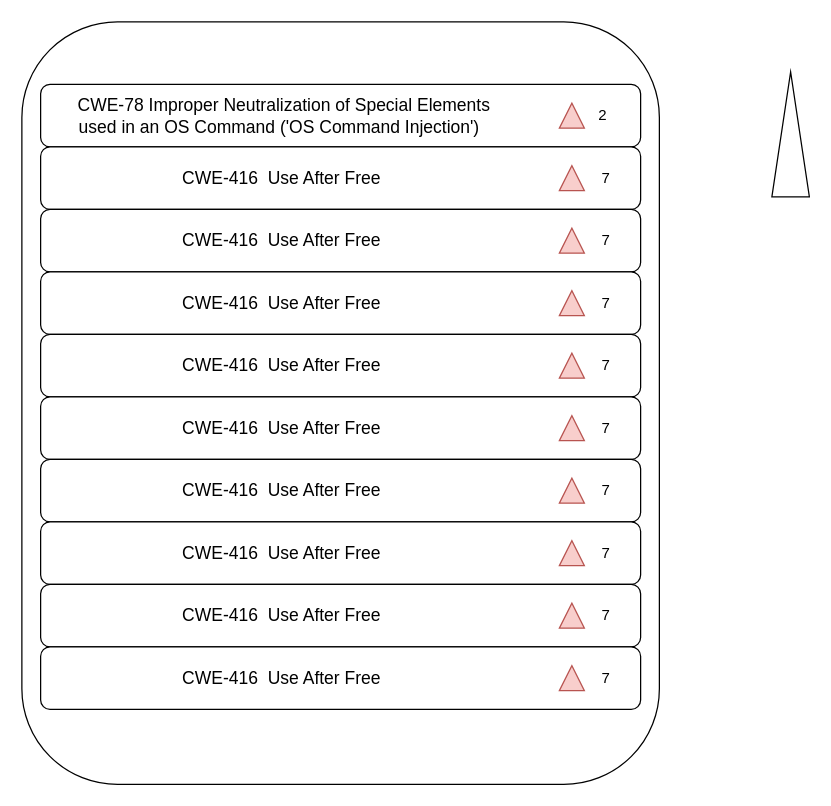
Above: MindMap/CWE-KEV.drawio in hourhl/Draw-io (draw.io), before the change. Source tidied: cells renumbered, new cells numbered last; positions are measured from the earlier drawing's top-left corner, leaving out a move shared by most shapes. Both pictures are drawn from the tidied source at 125%, with x=0, y=0 at pixel (21, 21).
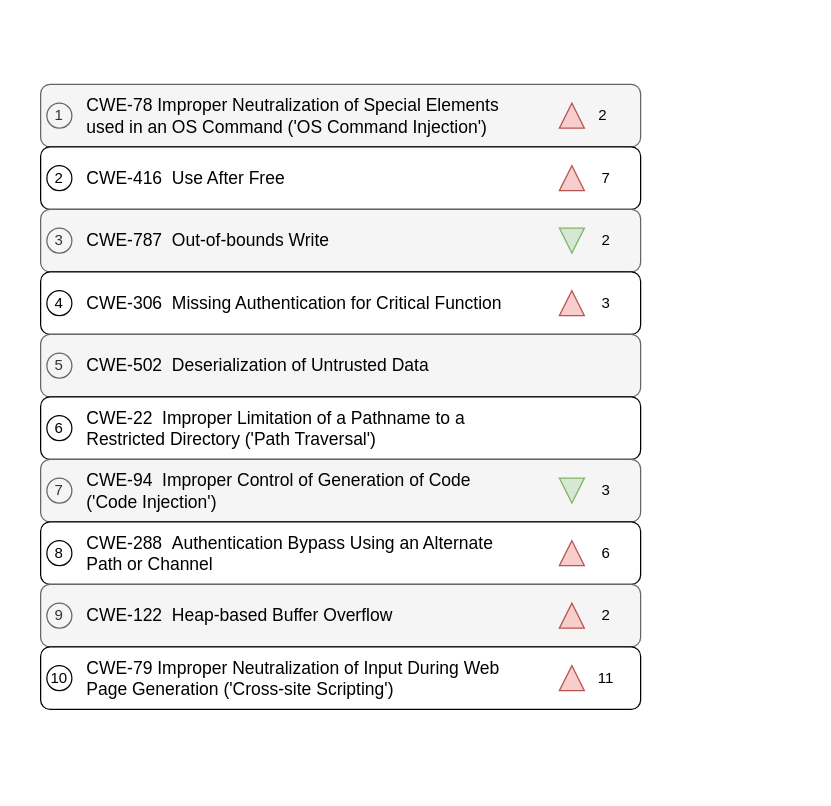
After the change.

The edit, as a diff of the source:
```diff
@@
-    <mxCell id="2" style="rounded=1;whiteSpace=wrap;html=1;" parent="1" vertex="1">
-      <mxGeometry width="510" height="610" as="geometry" />
-    </mxCell>
-    <mxCell id="3" value="&lt;div style=&quot;text-align: justify;&quot;&gt;&lt;br&gt;&lt;/div&gt;" style="rounded=1;whiteSpace=wrap;html=1;" parent="1" vertex="1">
+    <mxCell id="3" value="&lt;div style=&quot;text-align: justify;&quot;&gt;&lt;br&gt;&lt;/div&gt;" style="rounded=1;whiteSpace=wrap;html=1;fillColor=#f5f5f5;fontColor=#333333;strokeColor=#666666;" parent="1" vertex="1">
       <mxGeometry x="15" y="50" width="480" height="50" as="geometry" />
     </mxCell>
-    <mxCell id="4" value="&lt;span style=&quot;text-align: justify;&quot;&gt;&lt;font style=&quot;font-size: 14px;&quot;&gt;CWE-78 Improper Neutralization of Special Elements used in an OS Command ('OS Command Injection')&amp;nbsp;&amp;nbsp;&lt;/font&gt;&lt;/span&gt;" style="text;html=1;whiteSpace=wrap;strokeColor=none;fillColor=none;align=center;verticalAlign=middle;rounded=0;" parent="1" vertex="1">
-      <mxGeometry x="40" y="60" width="340" height="30" as="geometry" />
+    <mxCell id="4" value="&lt;span style=&quot;&quot;&gt;&lt;font style=&quot;font-size: 14px;&quot;&gt;CWE-78 Improper Neutralization of Special Elements used in an OS Command ('OS Command Injection')&amp;nbsp;&amp;nbsp;&lt;/font&gt;&lt;/span&gt;" style="text;html=1;whiteSpace=wrap;strokeColor=none;fillColor=none;align=left;verticalAlign=middle;rounded=0;" parent="1" vertex="1">
+      <mxGeometry x="50" y="60" width="340" height="30" as="geometry" />
     </mxCell>
-    <mxCell id="5" style="verticalLabelPosition=bottom;verticalAlign=top;html=1;shape=mxgraph.basic.acute_triangle;dx=0.5;direction=east;" parent="1" vertex="1">
-      <mxGeometry x="600" y="40" width="30" height="100" as="geometry" />
-    </mxCell>
@@
-    <mxCell id="9" value="&lt;div style=&quot;text-align: justify;&quot;&gt;&lt;span style=&quot;background-color: transparent; color: light-dark(rgb(0, 0, 0), rgb(255, 255, 255)); font-size: 14px;&quot;&gt;CWE-416&amp;nbsp;&amp;nbsp;&lt;/span&gt;&lt;span style=&quot;background-color: transparent; text-align: center; font-size: 14px;&quot;&gt;Use After Free&lt;/span&gt;&lt;span style=&quot;background-color: transparent; color: light-dark(rgb(0, 0, 0), rgb(255, 255, 255)); font-size: 14px;&quot;&gt;&amp;nbsp;&lt;/span&gt;&lt;/div&gt;" style="text;html=1;whiteSpace=wrap;strokeColor=none;fillColor=none;align=center;verticalAlign=middle;rounded=0;" parent="1" vertex="1">
-      <mxGeometry x="40" y="110" width="340" height="30" as="geometry" />
+    <mxCell id="9" value="&lt;div style=&quot;&quot;&gt;&lt;span style=&quot;background-color: transparent; color: light-dark(rgb(0, 0, 0), rgb(255, 255, 255)); font-size: 14px;&quot;&gt;CWE-416&amp;nbsp;&amp;nbsp;&lt;/span&gt;&lt;span style=&quot;background-color: transparent; font-size: 14px;&quot;&gt;Use After Free&lt;/span&gt;&lt;span style=&quot;background-color: transparent; color: light-dark(rgb(0, 0, 0), rgb(255, 255, 255)); font-size: 14px;&quot;&gt;&amp;nbsp;&lt;/span&gt;&lt;/div&gt;" style="text;html=1;whiteSpace=wrap;strokeColor=none;fillColor=none;align=left;verticalAlign=middle;rounded=0;" parent="1" vertex="1">
+      <mxGeometry x="50" y="110" width="340" height="30" as="geometry" />
     </mxCell>
@@
-    <mxCell id="12" value="&lt;div style=&quot;text-align: justify;&quot;&gt;&lt;br&gt;&lt;/div&gt;" style="rounded=1;whiteSpace=wrap;html=1;" parent="1" vertex="1">
+    <mxCell id="12" value="&lt;div style=&quot;text-align: justify;&quot;&gt;&lt;br&gt;&lt;/div&gt;" style="rounded=1;whiteSpace=wrap;html=1;fillColor=#f5f5f5;fontColor=#333333;strokeColor=#666666;" parent="1" vertex="1">
       <mxGeometry x="15" y="150" width="480" height="50" as="geometry" />
     </mxCell>
-    <mxCell id="13" value="&lt;div style=&quot;text-align: justify;&quot;&gt;&lt;span style=&quot;background-color: transparent; color: light-dark(rgb(0, 0, 0), rgb(255, 255, 255)); font-size: 14px;&quot;&gt;CWE-416&amp;nbsp;&amp;nbsp;&lt;/span&gt;&lt;span style=&quot;background-color: transparent; text-align: center; font-size: 14px;&quot;&gt;Use After Free&lt;/span&gt;&lt;span style=&quot;background-color: transparent; color: light-dark(rgb(0, 0, 0), rgb(255, 255, 255)); font-size: 14px;&quot;&gt;&amp;nbsp;&lt;/span&gt;&lt;/div&gt;" style="text;html=1;whiteSpace=wrap;strokeColor=none;fillColor=none;align=center;verticalAlign=middle;rounded=0;" parent="1" vertex="1">
-      <mxGeometry x="40" y="160" width="340" height="30" as="geometry" />
+    <mxCell id="13" value="&lt;div style=&quot;&quot;&gt;&lt;span style=&quot;background-color: transparent; color: light-dark(rgb(0, 0, 0), rgb(255, 255, 255)); font-size: 14px;&quot;&gt;CWE-787&amp;nbsp;&amp;nbsp;&lt;/span&gt;&lt;span style=&quot;background-color: transparent; font-size: 14px;&quot;&gt;Out-of-bounds Write&lt;/span&gt;&lt;/div&gt;" style="text;html=1;whiteSpace=wrap;strokeColor=none;fillColor=none;align=left;verticalAlign=middle;rounded=0;" parent="1" vertex="1">
+      <mxGeometry x="50" y="160" width="340" height="30" as="geometry" />
     </mxCell>
-    <mxCell id="14" style="verticalLabelPosition=bottom;verticalAlign=top;html=1;shape=mxgraph.basic.acute_triangle;dx=0.5;direction=east;fillColor=#f8cecc;strokeColor=#b85450;" parent="1" vertex="1">
+    <mxCell id="14" style="verticalLabelPosition=bottom;verticalAlign=top;html=1;shape=mxgraph.basic.acute_triangle;dx=0.5;direction=west;fillColor=#d5e8d4;strokeColor=#82b366;" parent="1" vertex="1">
       <mxGeometry x="430" y="165" width="20" height="20" as="geometry" />
     </mxCell>
-    <mxCell id="15" value="7" style="text;html=1;whiteSpace=wrap;strokeColor=none;fillColor=none;align=center;verticalAlign=middle;rounded=0;" parent="1" vertex="1">
+    <mxCell id="15" value="2" style="text;html=1;whiteSpace=wrap;strokeColor=none;fillColor=none;align=center;verticalAlign=middle;rounded=0;" parent="1" vertex="1">
       <mxGeometry x="450" y="160" width="35" height="30" as="geometry" />
     </mxCell>
@@
-    <mxCell id="17" value="&lt;div style=&quot;text-align: justify;&quot;&gt;&lt;span style=&quot;background-color: transparent; color: light-dark(rgb(0, 0, 0), rgb(255, 255, 255)); font-size: 14px;&quot;&gt;CWE-416&amp;nbsp;&amp;nbsp;&lt;/span&gt;&lt;span style=&quot;background-color: transparent; text-align: center; font-size: 14px;&quot;&gt;Use After Free&lt;/span&gt;&lt;span style=&quot;background-color: transparent; color: light-dark(rgb(0, 0, 0), rgb(255, 255, 255)); font-size: 14px;&quot;&gt;&amp;nbsp;&lt;/span&gt;&lt;/div&gt;" style="text;html=1;whiteSpace=wrap;strokeColor=none;fillColor=none;align=center;verticalAlign=middle;rounded=0;" parent="1" vertex="1">
-      <mxGeometry x="40" y="210" width="340" height="30" as="geometry" />
+    <mxCell id="17" value="&lt;div style=&quot;&quot;&gt;&lt;span style=&quot;background-color: transparent; color: light-dark(rgb(0, 0, 0), rgb(255, 255, 255)); font-size: 14px;&quot;&gt;CWE-306&amp;nbsp;&amp;nbsp;&lt;/span&gt;&lt;span style=&quot;background-color: transparent;&quot;&gt;&lt;span style=&quot;font-size: 14px;&quot;&gt;Missing Authentication for Critical Function&lt;/span&gt;&lt;/span&gt;&lt;/div&gt;" style="text;html=1;whiteSpace=wrap;strokeColor=none;fillColor=none;align=left;verticalAlign=middle;rounded=0;" parent="1" vertex="1">
+      <mxGeometry x="50" y="210" width="340" height="30" as="geometry" />
     </mxCell>
@@
-    <mxCell id="19" value="7" style="text;html=1;whiteSpace=wrap;strokeColor=none;fillColor=none;align=center;verticalAlign=middle;rounded=0;" parent="1" vertex="1">
+    <mxCell id="19" value="3" style="text;html=1;whiteSpace=wrap;strokeColor=none;fillColor=none;align=center;verticalAlign=middle;rounded=0;" parent="1" vertex="1">
       <mxGeometry x="450" y="210" width="35" height="30" as="geometry" />
     </mxCell>
-    <mxCell id="20" value="&lt;div style=&quot;text-align: justify;&quot;&gt;&lt;br&gt;&lt;/div&gt;" style="rounded=1;whiteSpace=wrap;html=1;" parent="1" vertex="1">
+    <mxCell id="20" value="&lt;div style=&quot;text-align: justify;&quot;&gt;&lt;br&gt;&lt;/div&gt;" style="rounded=1;whiteSpace=wrap;html=1;fillColor=#f5f5f5;fontColor=#333333;strokeColor=#666666;" parent="1" vertex="1">
       <mxGeometry x="15" y="250" width="480" height="50" as="geometry" />
     </mxCell>
-    <mxCell id="21" value="&lt;div style=&quot;text-align: justify;&quot;&gt;&lt;span style=&quot;background-color: transparent; color: light-dark(rgb(0, 0, 0), rgb(255, 255, 255)); font-size: 14px;&quot;&gt;CWE-416&amp;nbsp;&amp;nbsp;&lt;/span&gt;&lt;span style=&quot;background-color: transparent; text-align: center; font-size: 14px;&quot;&gt;Use After Free&lt;/span&gt;&lt;span style=&quot;background-color: transparent; color: light-dark(rgb(0, 0, 0), rgb(255, 255, 255)); font-size: 14px;&quot;&gt;&amp;nbsp;&lt;/span&gt;&lt;/div&gt;" style="text;html=1;whiteSpace=wrap;strokeColor=none;fillColor=none;align=center;verticalAlign=middle;rounded=0;" parent="1" vertex="1">
-      <mxGeometry x="40" y="260" width="340" height="30" as="geometry" />
+    <mxCell id="21" value="&lt;div style=&quot;&quot;&gt;&lt;span style=&quot;background-color: transparent; color: light-dark(rgb(0, 0, 0), rgb(255, 255, 255)); font-size: 14px;&quot;&gt;CWE-502&amp;nbsp;&amp;nbsp;&lt;/span&gt;&lt;span style=&quot;background-color: transparent;&quot;&gt;&lt;span style=&quot;font-size: 14px;&quot;&gt;Deserialization of Untrusted Data&lt;/span&gt;&lt;font color=&quot;rgba(0, 0, 0, 0)&quot;&gt;&lt;span style=&quot;font-size: 14px;&quot;&gt;&amp;nbsp;&lt;/span&gt;&lt;/font&gt;&lt;/span&gt;&lt;/div&gt;" style="text;html=1;whiteSpace=wrap;strokeColor=none;fillColor=none;align=left;verticalAlign=middle;rounded=0;" parent="1" vertex="1">
+      <mxGeometry x="50" y="260" width="340" height="30" as="geometry" />
     </mxCell>
-    <mxCell id="22" style="verticalLabelPosition=bottom;verticalAlign=top;html=1;shape=mxgraph.basic.acute_triangle;dx=0.5;direction=east;fillColor=#f8cecc;strokeColor=#b85450;" parent="1" vertex="1">
-      <mxGeometry x="430" y="265" width="20" height="20" as="geometry" />
-    </mxCell>
-    <mxCell id="23" value="7" style="text;html=1;whiteSpace=wrap;strokeColor=none;fillColor=none;align=center;verticalAlign=middle;rounded=0;" parent="1" vertex="1">
-      <mxGeometry x="450" y="260" width="35" height="30" as="geometry" />
-    </mxCell>
@@
-    <mxCell id="25" value="&lt;div style=&quot;text-align: justify;&quot;&gt;&lt;span style=&quot;background-color: transparent; color: light-dark(rgb(0, 0, 0), rgb(255, 255, 255)); font-size: 14px;&quot;&gt;CWE-416&amp;nbsp;&amp;nbsp;&lt;/span&gt;&lt;span style=&quot;background-color: transparent; text-align: center; font-size: 14px;&quot;&gt;Use After Free&lt;/span&gt;&lt;span style=&quot;background-color: transparent; color: light-dark(rgb(0, 0, 0), rgb(255, 255, 255)); font-size: 14px;&quot;&gt;&amp;nbsp;&lt;/span&gt;&lt;/div&gt;" style="text;html=1;whiteSpace=wrap;strokeColor=none;fillColor=none;align=center;verticalAlign=middle;rounded=0;" parent="1" vertex="1">
-      <mxGeometry x="40" y="310" width="340" height="30" as="geometry" />
+    <mxCell id="25" value="&lt;div style=&quot;&quot;&gt;&lt;span style=&quot;background-color: transparent; color: light-dark(rgb(0, 0, 0), rgb(255, 255, 255)); font-size: 14px;&quot;&gt;CWE-22&amp;nbsp;&amp;nbsp;&lt;/span&gt;&lt;span style=&quot;background-color: transparent;&quot;&gt;&lt;span style=&quot;font-size: 14px;&quot;&gt;Improper Limitation of a Pathname to a Restricted Directory ('Path Traversal')&lt;/span&gt;&lt;font color=&quot;rgba(0, 0, 0, 0)&quot;&gt;&lt;span style=&quot;font-size: 14px;&quot;&gt;&amp;nbsp;&lt;/span&gt;&lt;/font&gt;&lt;/span&gt;&lt;/div&gt;" style="text;html=1;whiteSpace=wrap;strokeColor=none;fillColor=none;align=left;verticalAlign=middle;rounded=0;" parent="1" vertex="1">
+      <mxGeometry x="50" y="310" width="340" height="30" as="geometry" />
     </mxCell>
-    <mxCell id="26" style="verticalLabelPosition=bottom;verticalAlign=top;html=1;shape=mxgraph.basic.acute_triangle;dx=0.5;direction=east;fillColor=#f8cecc;strokeColor=#b85450;" parent="1" vertex="1">
-      <mxGeometry x="430" y="315" width="20" height="20" as="geometry" />
-    </mxCell>
-    <mxCell id="27" value="7" style="text;html=1;whiteSpace=wrap;strokeColor=none;fillColor=none;align=center;verticalAlign=middle;rounded=0;" parent="1" vertex="1">
-      <mxGeometry x="450" y="310" width="35" height="30" as="geometry" />
-    </mxCell>
-    <mxCell id="28" value="&lt;div style=&quot;text-align: justify;&quot;&gt;&lt;br&gt;&lt;/div&gt;" style="rounded=1;whiteSpace=wrap;html=1;" parent="1" vertex="1">
+    <mxCell id="28" value="&lt;div style=&quot;text-align: justify;&quot;&gt;&lt;br&gt;&lt;/div&gt;" style="rounded=1;whiteSpace=wrap;html=1;fillColor=#f5f5f5;fontColor=#333333;strokeColor=#666666;" parent="1" vertex="1">
       <mxGeometry x="15" y="350" width="480" height="50" as="geometry" />
     </mxCell>
-    <mxCell id="29" value="&lt;div style=&quot;text-align: justify;&quot;&gt;&lt;span style=&quot;background-color: transparent; color: light-dark(rgb(0, 0, 0), rgb(255, 255, 255)); font-size: 14px;&quot;&gt;CWE-416&amp;nbsp;&amp;nbsp;&lt;/span&gt;&lt;span style=&quot;background-color: transparent; text-align: center; font-size: 14px;&quot;&gt;Use After Free&lt;/span&gt;&lt;span style=&quot;background-color: transparent; color: light-dark(rgb(0, 0, 0), rgb(255, 255, 255)); font-size: 14px;&quot;&gt;&amp;nbsp;&lt;/span&gt;&lt;/div&gt;" style="text;html=1;whiteSpace=wrap;strokeColor=none;fillColor=none;align=center;verticalAlign=middle;rounded=0;" parent="1" vertex="1">
-      <mxGeometry x="40" y="360" width="340" height="30" as="geometry" />
+    <mxCell id="29" value="&lt;div style=&quot;&quot;&gt;&lt;span style=&quot;background-color: transparent; color: light-dark(rgb(0, 0, 0), rgb(255, 255, 255)); font-size: 14px;&quot;&gt;CWE-94&amp;nbsp;&amp;nbsp;&lt;/span&gt;&lt;span style=&quot;background-color: transparent;&quot;&gt;&lt;span style=&quot;font-size: 14px;&quot;&gt;Improper Control of Generation of Code ('Code Injection')&lt;/span&gt;&lt;font color=&quot;rgba(0, 0, 0, 0)&quot;&gt;&lt;span style=&quot;font-size: 14px;&quot;&gt;&amp;nbsp;&lt;/span&gt;&lt;/font&gt;&lt;/span&gt;&lt;/div&gt;" style="text;html=1;whiteSpace=wrap;strokeColor=none;fillColor=none;align=left;verticalAlign=middle;rounded=0;" parent="1" vertex="1">
+      <mxGeometry x="50" y="360" width="340" height="30" as="geometry" />
     </mxCell>
-    <mxCell id="30" style="verticalLabelPosition=bottom;verticalAlign=top;html=1;shape=mxgraph.basic.acute_triangle;dx=0.5;direction=east;fillColor=#f8cecc;strokeColor=#b85450;" parent="1" vertex="1">
+    <mxCell id="30" style="verticalLabelPosition=bottom;verticalAlign=top;html=1;shape=mxgraph.basic.acute_triangle;dx=0.5;direction=west;fillColor=#d5e8d4;strokeColor=#82b366;" parent="1" vertex="1">
       <mxGeometry x="430" y="365" width="20" height="20" as="geometry" />
     </mxCell>
-    <mxCell id="31" value="7" style="text;html=1;whiteSpace=wrap;strokeColor=none;fillColor=none;align=center;verticalAlign=middle;rounded=0;" parent="1" vertex="1">
+    <mxCell id="31" value="3" style="text;html=1;whiteSpace=wrap;strokeColor=none;fillColor=none;align=center;verticalAlign=middle;rounded=0;" parent="1" vertex="1">
       <mxGeometry x="450" y="360" width="35" height="30" as="geometry" />
     </mxCell>
@@
-    <mxCell id="33" value="&lt;div style=&quot;text-align: justify;&quot;&gt;&lt;span style=&quot;background-color: transparent; color: light-dark(rgb(0, 0, 0), rgb(255, 255, 255)); font-size: 14px;&quot;&gt;CWE-416&amp;nbsp;&amp;nbsp;&lt;/span&gt;&lt;span style=&quot;background-color: transparent; text-align: center; font-size: 14px;&quot;&gt;Use After Free&lt;/span&gt;&lt;span style=&quot;background-color: transparent; color: light-dark(rgb(0, 0, 0), rgb(255, 255, 255)); font-size: 14px;&quot;&gt;&amp;nbsp;&lt;/span&gt;&lt;/div&gt;" style="text;html=1;whiteSpace=wrap;strokeColor=none;fillColor=none;align=center;verticalAlign=middle;rounded=0;" parent="1" vertex="1">
-      <mxGeometry x="40" y="410" width="340" height="30" as="geometry" />
+    <mxCell id="33" value="&lt;div style=&quot;&quot;&gt;&lt;span style=&quot;background-color: transparent; color: light-dark(rgb(0, 0, 0), rgb(255, 255, 255)); font-size: 14px;&quot;&gt;CWE-288&amp;nbsp;&amp;nbsp;&lt;/span&gt;&lt;span style=&quot;background-color: transparent;&quot;&gt;&lt;span style=&quot;font-size: 14px;&quot;&gt;Authentication Bypass Using an Alternate Path or Channel&lt;/span&gt;&lt;font color=&quot;rgba(0, 0, 0, 0)&quot;&gt;&lt;span style=&quot;font-size: 14px;&quot;&gt;&amp;nbsp;&lt;/span&gt;&lt;/font&gt;&lt;/span&gt;&lt;/div&gt;" style="text;html=1;whiteSpace=wrap;strokeColor=none;fillColor=none;align=left;verticalAlign=middle;rounded=0;" parent="1" vertex="1">
+      <mxGeometry x="50" y="410" width="340" height="30" as="geometry" />
     </mxCell>
@@
-    <mxCell id="35" value="7" style="text;html=1;whiteSpace=wrap;strokeColor=none;fillColor=none;align=center;verticalAlign=middle;rounded=0;" parent="1" vertex="1">
+    <mxCell id="35" value="6" style="text;html=1;whiteSpace=wrap;strokeColor=none;fillColor=none;align=center;verticalAlign=middle;rounded=0;" parent="1" vertex="1">
       <mxGeometry x="450" y="410" width="35" height="30" as="geometry" />
     </mxCell>
-    <mxCell id="36" value="&lt;div style=&quot;text-align: justify;&quot;&gt;&lt;br&gt;&lt;/div&gt;" style="rounded=1;whiteSpace=wrap;html=1;" parent="1" vertex="1">
+    <mxCell id="36" value="&lt;div style=&quot;text-align: justify;&quot;&gt;&lt;br&gt;&lt;/div&gt;" style="rounded=1;whiteSpace=wrap;html=1;fillColor=#f5f5f5;fontColor=#333333;strokeColor=#666666;" parent="1" vertex="1">
       <mxGeometry x="15" y="450" width="480" height="50" as="geometry" />
     </mxCell>
-    <mxCell id="37" value="&lt;div style=&quot;text-align: justify;&quot;&gt;&lt;span style=&quot;background-color: transparent; color: light-dark(rgb(0, 0, 0), rgb(255, 255, 255)); font-size: 14px;&quot;&gt;CWE-416&amp;nbsp;&amp;nbsp;&lt;/span&gt;&lt;span style=&quot;background-color: transparent; text-align: center; font-size: 14px;&quot;&gt;Use After Free&lt;/span&gt;&lt;span style=&quot;background-color: transparent; color: light-dark(rgb(0, 0, 0), rgb(255, 255, 255)); font-size: 14px;&quot;&gt;&amp;nbsp;&lt;/span&gt;&lt;/div&gt;" style="text;html=1;whiteSpace=wrap;strokeColor=none;fillColor=none;align=center;verticalAlign=middle;rounded=0;" parent="1" vertex="1">
-      <mxGeometry x="40" y="460" width="340" height="30" as="geometry" />
+    <mxCell id="37" value="&lt;div style=&quot;&quot;&gt;&lt;span style=&quot;background-color: transparent; color: light-dark(rgb(0, 0, 0), rgb(255, 255, 255)); font-size: 14px;&quot;&gt;CWE-122&amp;nbsp;&amp;nbsp;&lt;/span&gt;&lt;span style=&quot;background-color: transparent;&quot;&gt;&lt;span style=&quot;font-size: 14px;&quot;&gt;Heap-based Buffer Overflow&lt;/span&gt;&lt;font color=&quot;rgba(0, 0, 0, 0)&quot;&gt;&lt;span style=&quot;font-size: 14px;&quot;&gt;&amp;nbsp;&lt;/span&gt;&lt;/font&gt;&lt;/span&gt;&lt;/div&gt;" style="text;html=1;whiteSpace=wrap;strokeColor=none;fillColor=none;align=left;verticalAlign=middle;rounded=0;" parent="1" vertex="1">
+      <mxGeometry x="50" y="460" width="340" height="30" as="geometry" />
     </mxCell>
@@
-    <mxCell id="39" value="7" style="text;html=1;whiteSpace=wrap;strokeColor=none;fillColor=none;align=center;verticalAlign=middle;rounded=0;" parent="1" vertex="1">
+    <mxCell id="39" value="2" style="text;html=1;whiteSpace=wrap;strokeColor=none;fillColor=none;align=center;verticalAlign=middle;rounded=0;" parent="1" vertex="1">
       <mxGeometry x="450" y="460" width="35" height="30" as="geometry" />
     </mxCell>
@@
-    <mxCell id="41" value="&lt;div style=&quot;text-align: justify;&quot;&gt;&lt;span style=&quot;background-color: transparent; color: light-dark(rgb(0, 0, 0), rgb(255, 255, 255)); font-size: 14px;&quot;&gt;CWE-416&amp;nbsp;&amp;nbsp;&lt;/span&gt;&lt;span style=&quot;background-color: transparent; text-align: center; font-size: 14px;&quot;&gt;Use After Free&lt;/span&gt;&lt;span style=&quot;background-color: transparent; color: light-dark(rgb(0, 0, 0), rgb(255, 255, 255)); font-size: 14px;&quot;&gt;&amp;nbsp;&lt;/span&gt;&lt;/div&gt;" style="text;html=1;whiteSpace=wrap;strokeColor=none;fillColor=none;align=center;verticalAlign=middle;rounded=0;" parent="1" vertex="1">
-      <mxGeometry x="40" y="510" width="340" height="30" as="geometry" />
+    <mxCell id="41" value="&lt;div style=&quot;&quot;&gt;&lt;span style=&quot;background-color: transparent; color: light-dark(rgb(0, 0, 0), rgb(255, 255, 255)); font-size: 14px;&quot;&gt;CWE-79&amp;nbsp;&lt;/span&gt;&lt;span style=&quot;background-color: transparent; font-size: 14px;&quot;&gt;Improper Neutralization of Input During Web Page Generation ('Cross-site Scripting')&lt;/span&gt;&lt;span style=&quot;background-color: transparent; color: light-dark(rgb(0, 0, 0), rgb(255, 255, 255)); font-size: 14px;&quot;&gt;&amp;nbsp;&lt;/span&gt;&lt;span style=&quot;background-color: transparent; color: light-dark(rgb(0, 0, 0), rgb(255, 255, 255)); font-size: 14px;&quot;&gt;&amp;nbsp;&lt;/span&gt;&lt;/div&gt;" style="text;html=1;whiteSpace=wrap;strokeColor=none;fillColor=none;align=left;verticalAlign=middle;rounded=0;" parent="1" vertex="1">
+      <mxGeometry x="50" y="510" width="340" height="30" as="geometry" />
     </mxCell>
@@
-    <mxCell id="43" value="7" style="text;html=1;whiteSpace=wrap;strokeColor=none;fillColor=none;align=center;verticalAlign=middle;rounded=0;" parent="1" vertex="1">
+    <mxCell id="43" value="11" style="text;html=1;whiteSpace=wrap;strokeColor=none;fillColor=none;align=center;verticalAlign=middle;rounded=0;" parent="1" vertex="1">
       <mxGeometry x="450" y="510" width="35" height="30" as="geometry" />
     </mxCell>
+    <mxCell id="44" value="1" style="ellipse;whiteSpace=wrap;html=1;fillColor=#f5f5f5;fontColor=#333333;strokeColor=#666666;" parent="1" vertex="1">
+      <mxGeometry x="20" y="65" width="20" height="20" as="geometry" />
+    </mxCell>
+    <mxCell id="45" value="2" style="ellipse;whiteSpace=wrap;html=1;" parent="1" vertex="1">
+      <mxGeometry x="20" y="115" width="20" height="20" as="geometry" />
+    </mxCell>
+    <mxCell id="46" value="3" style="ellipse;whiteSpace=wrap;html=1;fillColor=#f5f5f5;fontColor=#333333;strokeColor=#666666;" parent="1" vertex="1">
+      <mxGeometry x="20" y="165" width="20" height="20" as="geometry" />
+    </mxCell>
+    <mxCell id="47" value="4" style="ellipse;whiteSpace=wrap;html=1;" parent="1" vertex="1">
+      <mxGeometry x="20" y="215" width="20" height="20" as="geometry" />
+    </mxCell>
+    <mxCell id="48" value="5" style="ellipse;whiteSpace=wrap;html=1;fillColor=#f5f5f5;fontColor=#333333;strokeColor=#666666;" parent="1" vertex="1">
+      <mxGeometry x="20" y="265" width="20" height="20" as="geometry" />
+    </mxCell>
+    <mxCell id="49" value="6" style="ellipse;whiteSpace=wrap;html=1;" parent="1" vertex="1">
+      <mxGeometry x="20" y="315" width="20" height="20" as="geometry" />
+    </mxCell>
+    <mxCell id="50" value="7" style="ellipse;whiteSpace=wrap;html=1;fillColor=#f5f5f5;fontColor=#333333;strokeColor=#666666;" parent="1" vertex="1">
+      <mxGeometry x="20" y="365" width="20" height="20" as="geometry" />
+    </mxCell>
+    <mxCell id="51" value="8" style="ellipse;whiteSpace=wrap;html=1;" parent="1" vertex="1">
+      <mxGeometry x="20" y="415" width="20" height="20" as="geometry" />
+    </mxCell>
+    <mxCell id="52" value="9" style="ellipse;whiteSpace=wrap;html=1;fillColor=#f5f5f5;fontColor=#333333;strokeColor=#666666;" parent="1" vertex="1">
+      <mxGeometry x="20" y="465" width="20" height="20" as="geometry" />
+    </mxCell>
+    <mxCell id="53" value="10" style="ellipse;whiteSpace=wrap;html=1;" parent="1" vertex="1">
+      <mxGeometry x="20" y="515" width="20" height="20" as="geometry" />
+    </mxCell>
```
